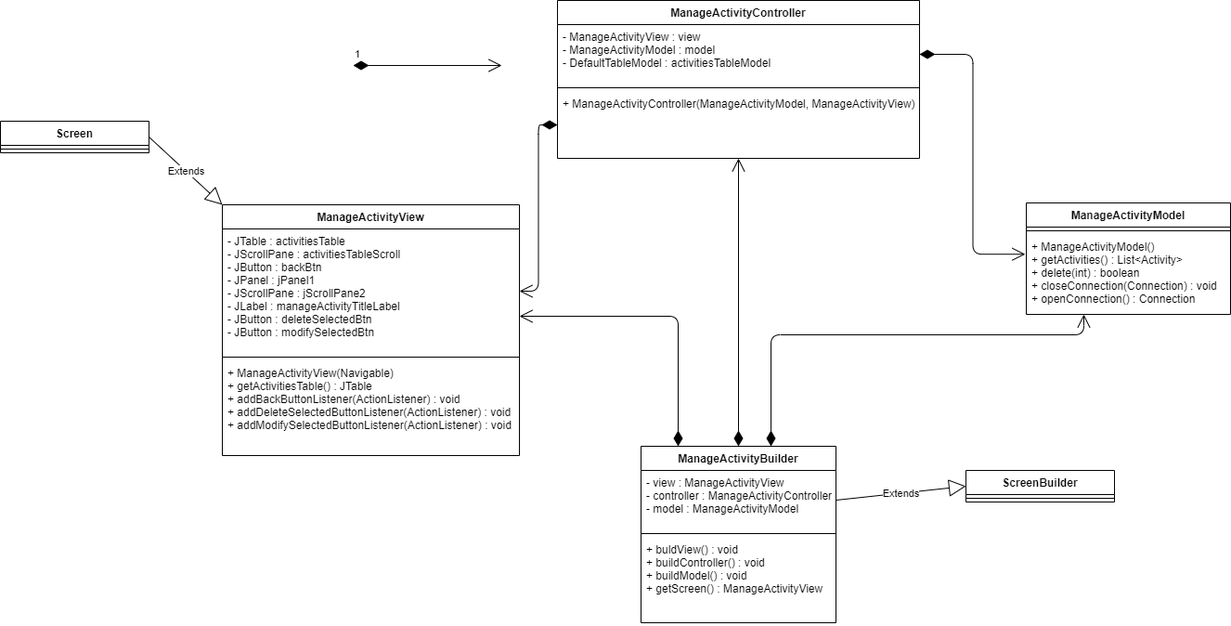
The draw.io diagram progettazione/MaintenanceAppManageActivity.png in MyUniversityProjects/MaintenanceApplication, before a commit. Source tidied: cells renumbered, new cells last; positions are measured from the earlier drawing's top-left corner, leaving out a move shared by most shapes.
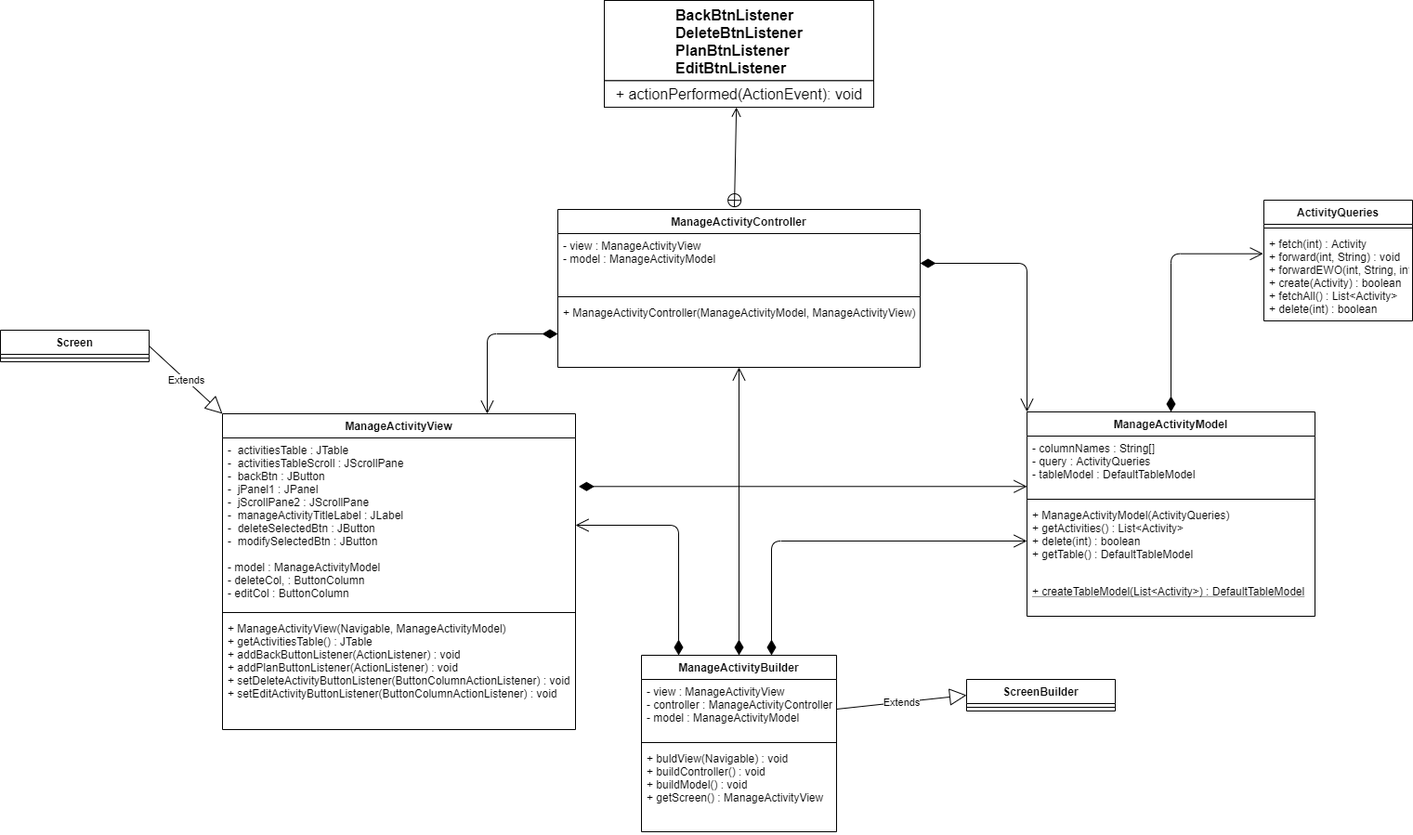
The same diagram one commit later.

The edit, as a diff of the source:
```diff
@@ -1,23 +1,23 @@
-<mxGraphModel background="#FFFFFF">
+<mxGraphModel>
   <root>
     <mxCell id="0" />
     <mxCell id="1" parent="0" />
     <mxCell id="2" value="ManageActivityView" style="swimlane;fontStyle=1;align=center;verticalAlign=top;horizontal=1;startSize=26;" parent="1" vertex="1">
-      <mxGeometry x="239" y="220" width="320" height="270" as="geometry" />
+      <mxGeometry x="239" y="220" width="380" height="340" as="geometry" />
     </mxCell>
-    <mxCell id="3" value="- JTable : activitiesTable&#10;- JScrollPane : activitiesTableScroll&#10;- JButton : backBtn&#10;- JPanel : jPanel1&#10;- JScrollPane : jScrollPane2&#10;- JLabel : manageActivityTitleLabel&#10;- JButton : deleteSelectedBtn&#10;- JButton : modifySelectedBtn" style="text;strokeColor=none;fillColor=none;align=left;verticalAlign=top;spacingLeft=4;spacingRight=4;overflow=hidden;points=[[0,0.5],[1,0.5]];portConstraint=eastwest;" parent="2" vertex="1">
-      <mxGeometry y="26" width="320" height="134" as="geometry" />
+    <mxCell id="3" value="-  activitiesTable : JTable&#10;-  activitiesTableScroll : JScrollPane&#10;-  backBtn : JButton&#10;-  jPanel1 : JPanel&#10;-  jScrollPane2 : JScrollPane&#10;-  manageActivityTitleLabel : JLabel&#10;-  deleteSelectedBtn : JButton&#10;-  modifySelectedBtn : JButton&#10;&#10;- model : ManageActivityModel&#10;- deleteCol, : ButtonColumn&#10;- editCol : ButtonColumn" style="text;strokeColor=none;fillColor=none;align=left;verticalAlign=top;spacingLeft=4;spacingRight=4;overflow=hidden;points=[[0,0.5],[1,0.5]];portConstraint=eastwest;" parent="2" vertex="1">
+      <mxGeometry y="26" width="380" height="184" as="geometry" />
     </mxCell>
     <mxCell id="4" style="line;strokeWidth=1;fillColor=none;align=left;verticalAlign=middle;spacingTop=-1;spacingLeft=3;spacingRight=3;labelPosition=right;" parent="2" vertex="1">
-      <mxGeometry y="160" width="320" height="8" as="geometry" />
+      <mxGeometry y="210" width="380" height="8" as="geometry" />
     </mxCell>
-    <mxCell id="5" value="+ ManageActivityView(Navigable)&#10;+ getActivitiesTable() : JTable&#10;+ addBackButtonListener(ActionListener) : void&#10;+ addDeleteSelectedButtonListener(ActionListener) : void&#10;+ addModifySelectedButtonListener(ActionListener) : void" style="text;strokeColor=none;fillColor=none;align=left;verticalAlign=top;spacingLeft=4;spacingRight=4;overflow=hidden;" parent="2" vertex="1">
-      <mxGeometry y="168" width="320" height="102" as="geometry" />
+    <mxCell id="5" value="+ ManageActivityView(Navigable, ManageActivityModel)&#10;+ getActivitiesTable() : JTable&#10;+ addBackButtonListener(ActionListener) : void&#10;+ addPlanButtonListener(ActionListener) : void&#10;+ setDeleteActivityButtonListener(ButtonColumnActionListener) : void&#10;+ setEditActivityButtonListener(ButtonColumnActionListener) : void" style="text;strokeColor=none;fillColor=none;align=left;verticalAlign=top;spacingLeft=4;spacingRight=4;overflow=hidden;" parent="2" vertex="1">
+      <mxGeometry y="218" width="380" height="122" as="geometry" />
     </mxCell>
     <mxCell id="6" value="ManageActivityController" style="swimlane;fontStyle=1;align=center;verticalAlign=top;horizontal=1;startSize=26;" parent="1" vertex="1">
       <mxGeometry x="600" width="390" height="170" as="geometry" />
     </mxCell>
-    <mxCell id="7" value="- ManageActivityView : view&#10;- ManageActivityModel : model&#10;- DefaultTableModel : activitiesTableModel" style="text;strokeColor=none;fillColor=none;align=left;verticalAlign=top;spacingLeft=4;spacingRight=4;overflow=hidden;points=[[0,0.5],[1,0.5]];portConstraint=eastwest;" parent="6" vertex="1">
+    <mxCell id="7" value="- view : ManageActivityView&#10;- model : ManageActivityModel" style="text;strokeColor=none;fillColor=none;align=left;verticalAlign=top;spacingLeft=4;spacingRight=4;overflow=hidden;points=[[0,0.5],[1,0.5]];portConstraint=eastwest;" parent="6" vertex="1">
       <mxGeometry y="26" width="390" height="64" as="geometry" />
     </mxCell>
     <mxCell id="8" style="line;strokeWidth=1;fillColor=none;align=left;verticalAlign=middle;spacingTop=-1;spacingLeft=3;spacingRight=3;labelPosition=right;" parent="6" vertex="1">
@@ -26,15 +26,24 @@
     <mxCell id="9" value="+ ManageActivityController(ManageActivityModel, ManageActivityView)" style="text;strokeColor=none;fillColor=none;align=left;verticalAlign=top;spacingLeft=4;spacingRight=4;overflow=hidden;points=[[0,0.5],[1,0.5]];portConstraint=eastwest;" parent="6" vertex="1">
       <mxGeometry y="98" width="390" height="72" as="geometry" />
     </mxCell>
+    <mxCell id="29" style="endArrow=open;html=1;endSize=12;startArrow=diamondThin;startSize=14;startFill=1;edgeStyle=orthogonalEdgeStyle;align=left;verticalAlign=bottom;shadow=0;entryX=-0.005;entryY=0.247;entryDx=0;entryDy=0;entryPerimeter=0;" parent="1" edge="1" source="10" target="34">
+      <mxGeometry relative="1" as="geometry" />
+    </mxCell>
     <mxCell id="10" value="ManageActivityModel" style="swimlane;fontStyle=1;align=center;verticalAlign=top;horizontal=1;startSize=26;" parent="1" vertex="1">
-      <mxGeometry x="1105" y="218" width="220" height="120" as="geometry" />
+      <mxGeometry x="1105" y="218" width="310" height="220" as="geometry" />
     </mxCell>
+    <mxCell id="30" value="- columnNames : String[]&#10;- query : ActivityQueries&#10;- tableModel : DefaultTableModel" style="text;strokeColor=none;fillColor=none;align=left;verticalAlign=top;spacingLeft=4;spacingRight=4;overflow=hidden;points=[[0,0.5],[1,0.5]];portConstraint=eastwest;" parent="10" vertex="1">
+      <mxGeometry y="26" width="310" height="64" as="geometry" />
+    </mxCell>
     <mxCell id="11" style="line;strokeWidth=1;fillColor=none;align=left;verticalAlign=middle;spacingTop=-1;spacingLeft=3;spacingRight=3;labelPosition=right;" parent="10" vertex="1">
-      <mxGeometry y="26" width="220" height="8" as="geometry" />
+      <mxGeometry y="90" width="310" height="8" as="geometry" />
     </mxCell>
-    <mxCell id="12" value="+ ManageActivityModel()&#10;+ getActivities() : List&lt;Activity&gt;&#10;+ delete(int) : boolean&#10;+ closeConnection(Connection) : void&#10;+ openConnection() : Connection" style="text;strokeColor=none;fillColor=none;align=left;verticalAlign=top;spacingLeft=4;spacingRight=4;overflow=hidden;points=[[0,0.5],[1,0.5]];portConstraint=eastwest;" parent="10" vertex="1">
-      <mxGeometry y="34" width="220" height="86" as="geometry" />
+    <mxCell id="12" value="+ ManageActivityModel(ActivityQueries)&#10;+ getActivities() : List&lt;Activity&gt;&#10;+ delete(int) : boolean&#10;+ getTable() : DefaultTableModel&#10;" style="text;fillColor=none;align=left;verticalAlign=top;spacingLeft=4;spacingRight=4;overflow=hidden;points=[[0,0.5],[1,0.5]];portConstraint=eastwest;fontStyle=0;" parent="10" vertex="1">
+      <mxGeometry y="98" width="310" height="82" as="geometry" />
     </mxCell>
+    <mxCell id="31" value="+ createTableModel(List&lt;Activity&gt;) : DefaultTableModel" style="text;strokeColor=none;fillColor=none;align=left;verticalAlign=top;spacingLeft=4;spacingRight=4;overflow=hidden;fontStyle=4;" parent="10" vertex="1">
+      <mxGeometry y="180" width="310" height="40" as="geometry" />
+    </mxCell>
     <mxCell id="13" style="endArrow=open;html=1;endSize=12;startArrow=diamondThin;startSize=14;startFill=1;edgeStyle=orthogonalEdgeStyle;align=left;verticalAlign=bottom;shadow=0;" parent="1" edge="1" source="16" target="3">
       <mxGeometry relative="1" as="geometry">
         <Array as="points">
@@ -45,8 +54,7 @@
     <mxCell id="14" style="endArrow=open;html=1;endSize=12;startArrow=diamondThin;startSize=14;startFill=1;edgeStyle=orthogonalEdgeStyle;align=left;verticalAlign=bottom;shadow=0;" parent="1" edge="1" source="16" target="12">
       <mxGeometry relative="1" as="geometry">
         <Array as="points">
-          <mxPoint x="830" y="360" />
-          <mxPoint x="1167" y="360" />
+          <mxPoint x="830" y="357" />
         </Array>
       </mxGeometry>
     </mxCell>
@@ -64,7 +72,7 @@
     <mxCell id="18" style="line;strokeWidth=1;fillColor=none;align=left;verticalAlign=middle;spacingTop=-1;spacingLeft=3;spacingRight=3;labelPosition=right;" parent="16" vertex="1">
       <mxGeometry y="90" width="210" height="8" as="geometry" />
     </mxCell>
-    <mxCell id="19" value="+ buldView() : void&#10;+ buildController() : void&#10;+ buildModel() : void&#10;+ getScreen() : ManageActivityView" style="text;strokeColor=none;fillColor=none;align=left;verticalAlign=top;spacingLeft=4;spacingRight=4;overflow=hidden;" parent="16" vertex="1">
+    <mxCell id="19" value="+ buldView(Navigable) : void&#10;+ buildController() : void&#10;+ buildModel() : void&#10;+ getScreen() : ManageActivityView" style="text;strokeColor=none;fillColor=none;align=left;verticalAlign=top;spacingLeft=4;spacingRight=4;overflow=hidden;" parent="16" vertex="1">
       <mxGeometry y="98" width="210" height="92" as="geometry" />
     </mxCell>
     <mxCell id="20" value="ScreenBuilder" style="swimlane;fontStyle=1;align=center;verticalAlign=top;horizontal=1;startSize=26;" parent="1" vertex="1">
@@ -85,17 +93,46 @@
     <mxCell id="25" value="Extends" style="endArrow=block;endSize=16;endFill=0;html=1;exitX=1;exitY=0.5;exitDx=0;exitDy=0;entryX=0;entryY=0;entryDx=0;entryDy=0;" parent="1" edge="1" source="23" target="2">
       <mxGeometry relative="1" as="geometry" />
     </mxCell>
-    <mxCell id="26" style="endArrow=open;html=1;endSize=12;startArrow=diamondThin;startSize=14;startFill=1;edgeStyle=orthogonalEdgeStyle;align=left;verticalAlign=bottom;shadow=0;" parent="1" edge="1" source="9" target="3">
-      <mxGeometry relative="1" as="geometry" />
+    <mxCell id="26" style="endArrow=open;html=1;endSize=12;startArrow=diamondThin;startSize=14;startFill=1;edgeStyle=orthogonalEdgeStyle;align=left;verticalAlign=bottom;shadow=0;entryX=0.75;entryY=0;entryDx=0;entryDy=0;" parent="1" edge="1" source="9" target="2">
+      <mxGeometry relative="1" as="geometry">
+        <Array as="points">
+          <mxPoint x="524" y="134" />
+        </Array>
+      </mxGeometry>
     </mxCell>
-    <mxCell id="27" style="endArrow=open;html=1;endSize=12;startArrow=diamondThin;startSize=14;startFill=1;edgeStyle=orthogonalEdgeStyle;align=left;verticalAlign=bottom;shadow=0;entryX=-0.005;entryY=0.247;entryDx=0;entryDy=0;entryPerimeter=0;" parent="1" edge="1" source="7" target="12">
+    <mxCell id="27" style="endArrow=open;html=1;endSize=12;startArrow=diamondThin;startSize=14;startFill=1;edgeStyle=orthogonalEdgeStyle;align=left;verticalAlign=bottom;shadow=0;entryX=0;entryY=0;entryDx=0;entryDy=0;" parent="1" edge="1" source="7" target="10">
       <mxGeometry relative="1" as="geometry" />
     </mxCell>
-    <mxCell id="28" value="1" style="endArrow=open;html=1;endSize=12;startArrow=diamondThin;startSize=14;startFill=1;edgeStyle=orthogonalEdgeStyle;align=left;verticalAlign=bottom;" parent="1" edge="1">
-      <mxGeometry x="-1" y="3" relative="1" as="geometry">
-        <mxPoint x="380" y="70" as="sourcePoint" />
-        <mxPoint x="540" y="70" as="targetPoint" />
-      </mxGeometry>
-    </mxCell>
+    <mxCell id="32" value="ActivityQueries" style="swimlane;fontStyle=1;align=center;verticalAlign=top;horizontal=1;startSize=26;" parent="1" vertex="1">
+      <mxGeometry x="1360" y="-10" width="160" height="130" as="geometry" />
+    </mxCell>
+    <mxCell id="33" style="line;strokeWidth=1;fillColor=none;align=left;verticalAlign=middle;spacingTop=-1;spacingLeft=3;spacingRight=3;labelPosition=right;" parent="32" vertex="1">
+      <mxGeometry y="26" width="160" height="8" as="geometry" />
+    </mxCell>
+    <mxCell id="34" value="+ fetch(int) : Activity&#10;+ forward(int, String) : void&#10;+ forwardEWO(int, String, int) : void&#10;+ create(Activity) : boolean&#10;+ fetchAll() : List&lt;Activity&gt;&#10;+ delete(int) : boolean" style="text;strokeColor=none;fillColor=none;align=left;verticalAlign=top;spacingLeft=4;spacingRight=4;overflow=hidden;points=[[0,0.5],[1,0.5]];portConstraint=eastwest;" parent="32" vertex="1">
+      <mxGeometry y="34" width="160" height="96" as="geometry" />
+    </mxCell>
+    <mxCell id="35" style="endArrow=open;html=1;endSize=12;startArrow=diamondThin;startSize=14;startFill=1;edgeStyle=orthogonalEdgeStyle;align=left;verticalAlign=bottom;shadow=0;exitX=1.009;exitY=0.284;exitDx=0;exitDy=0;exitPerimeter=0;entryX=0;entryY=0.848;entryDx=0;entryDy=0;entryPerimeter=0;" parent="1" edge="1" source="3" target="30">
+      <mxGeometry relative="1" as="geometry">
+        <Array as="points">
+          <mxPoint x="1105" y="298" />
+        </Array>
+      </mxGeometry>
+    </mxCell>
+    <mxCell id="36" style="group;" parent="1" vertex="1">
+      <mxGeometry x="650" y="-220" width="290" height="159" as="geometry" />
+    </mxCell>
+    <mxCell id="37" value="&lt;div style=&quot;text-align: left&quot;&gt;&lt;span style=&quot;font-size: 16px&quot;&gt;&lt;b&gt;BackBtnListener&lt;/b&gt;&lt;/span&gt;&lt;br&gt;&lt;/div&gt;&lt;div style=&quot;text-align: left&quot;&gt;&lt;span style=&quot;font-size: 16px&quot;&gt;&lt;b&gt;DeleteBtnListener&lt;/b&gt;&lt;/span&gt;&lt;br&gt;&lt;/div&gt;&lt;div style=&quot;text-align: left&quot;&gt;&lt;span style=&quot;font-size: 16px&quot;&gt;&lt;b&gt;PlanBtnListener&lt;/b&gt;&lt;/span&gt;&lt;br&gt;&lt;/div&gt;&lt;div style=&quot;text-align: left&quot;&gt;&lt;span style=&quot;font-size: 16px&quot;&gt;&lt;b&gt;EditBtnListener&lt;/b&gt;&lt;/span&gt;&lt;br&gt;&lt;/div&gt;" style="html=1;rounded=0;shadow=0;glass=0;sketch=0;verticalAlign=top;" parent="36" vertex="1">
+      <mxGeometry y="-5" width="290" height="86.4" as="geometry" />
+    </mxCell>
+    <mxCell id="38" value="&lt;span style=&quot;text-align: left; font-size: 16px;&quot;&gt;+ actionPerformed(ActionEvent): void&lt;/span&gt;" style="html=1;rounded=0;shadow=0;glass=0;sketch=0;fontSize=16;" parent="36" vertex="1">
+      <mxGeometry y="81.4" width="290" height="28.5" as="geometry" />
+    </mxCell>
+    <mxCell id="39" style="endArrow=open;startArrow=circlePlus;endFill=0;startFill=0;endSize=8;html=1;fontSize=13;entryX=0.5;entryY=0;entryDx=0;entryDy=0;exitX=0.494;exitY=1.036;exitDx=0;exitDy=0;exitPerimeter=0;" parent="36" edge="1">
+      <mxGeometry relative="1" as="geometry">
+        <mxPoint x="140" y="218.1" as="sourcePoint" />
+        <mxPoint x="142.2" y="110" as="targetPoint" />
+      </mxGeometry>
+    </mxCell>
   </root>
 </mxGraphModel>
```
